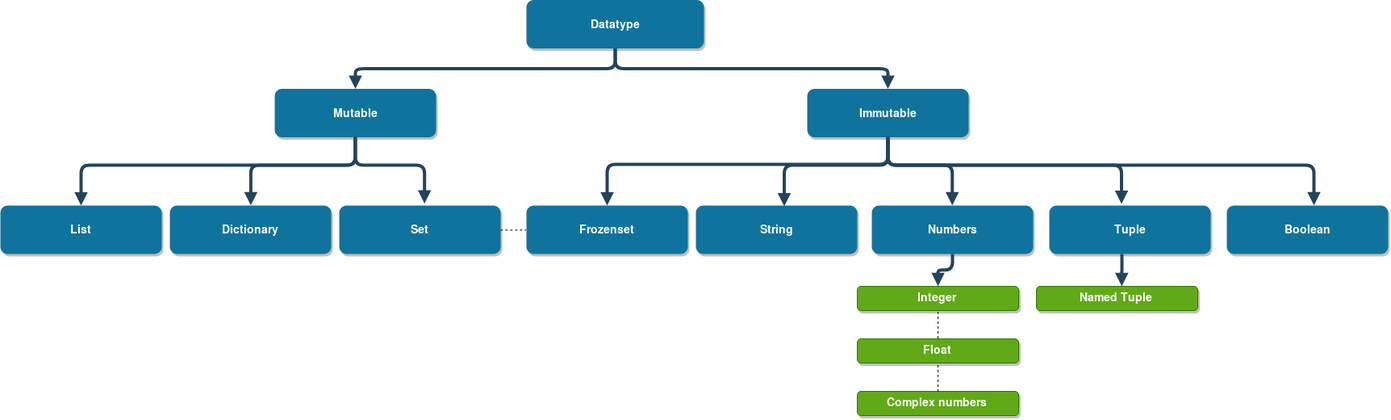
Before: lecture_02_data_structures_functions/materials/slides/images/datatypes.png, a diagram exported from draw.io (cdeler/epam_python_autumn_2020). Source tidied: cells renumbered, new cells last; positions are measured from the earlier drawing's top-left corner, leaving out a move shared by most shapes.
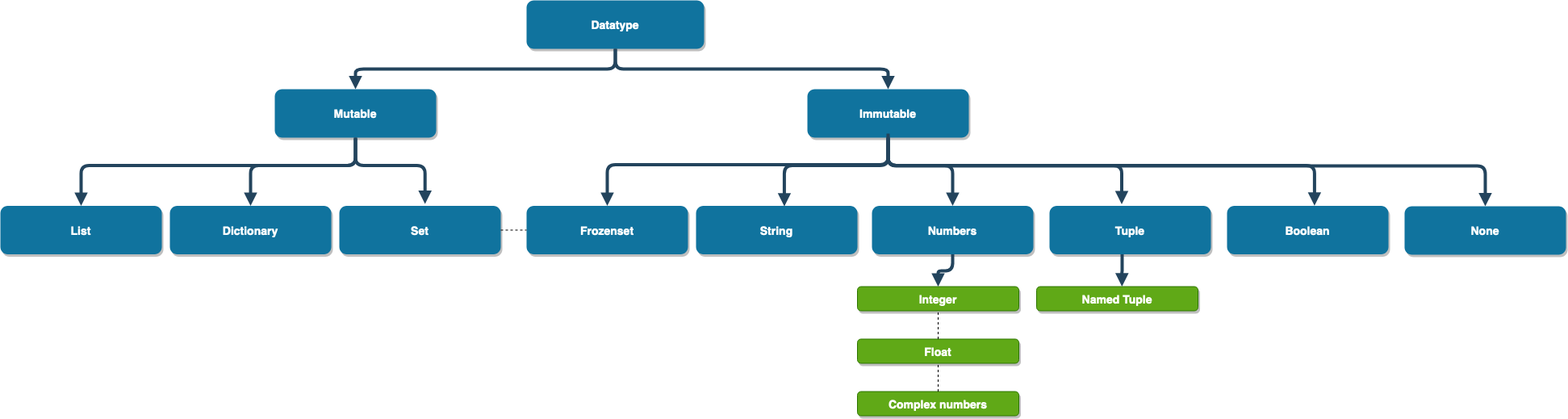
Later version of the same file.

The edit, as a diff of the source:
```diff
@@ -1,4 +1,4 @@
-<mxGraphModel background="#ffffff">
+<mxGraphModel>
   <root>
     <mxCell id="0" />
     <mxCell id="1" parent="0" />
@@ -36,32 +36,32 @@
       <mxGeometry x="1080" y="254" width="200" height="60" as="geometry" />
     </mxCell>
     <mxCell id="13" style="edgeStyle=elbowEdgeStyle;elbow=vertical;strokeWidth=4;endArrow=block;endFill=1;fontStyle=1;strokeColor=#23445D;" parent="1" edge="1" source="2" target="3">
-      <mxGeometry x="22" y="165.5" as="geometry" />
+      <mxGeometry x="332" y="60" as="geometry" />
     </mxCell>
     <mxCell id="14" style="edgeStyle=elbowEdgeStyle;elbow=vertical;strokeWidth=4;endArrow=block;endFill=1;fontStyle=1;strokeColor=#23445D;" parent="1" edge="1" source="2" target="4">
-      <mxGeometry x="22" y="165.5" as="geometry" />
+      <mxGeometry x="332" y="60" as="geometry" />
     </mxCell>
-    <mxCell id="15" style="edgeStyle=elbowEdgeStyle;elbow=vertical;strokeWidth=4;endArrow=block;endFill=1;fontStyle=1;strokeColor=#23445D;" parent="1" edge="1" target="5">
-      <mxGeometry x="22" y="165.5" as="geometry">
-        <mxPoint x="440" y="171" as="sourcePoint" />
-        <Array as="points">
-          <mxPoint x="390" y="204" />
-        </Array>
-      </mxGeometry>
-    </mxCell>
-    <mxCell id="16" style="edgeStyle=elbowEdgeStyle;elbow=vertical;strokeWidth=4;endArrow=block;endFill=1;fontStyle=1;strokeColor=#23445D;entryX=0.5;entryY=0;entryDx=0;entryDy=0;" parent="1" edge="1" target="12">
-      <mxGeometry x="22" y="165.5" as="geometry">
-        <mxPoint x="1100" y="171" as="sourcePoint" />
-        <Array as="points">
-          <mxPoint x="1080" y="204" />
-          <mxPoint x="1100" y="204" />
-          <mxPoint x="1120" y="224" />
-          <mxPoint x="962" y="209.5" />
-        </Array>
-      </mxGeometry>
-    </mxCell>
+    <mxCell id="32" style="edgeStyle=elbowEdgeStyle;elbow=vertical;strokeWidth=4;endArrow=block;endFill=1;fontStyle=1;strokeColor=#23445D;" parent="1" edge="1" target="5">
+      <mxGeometry x="332" y="60" as="geometry">
+        <mxPoint x="440" y="171" as="sourcePoint" />
+        <Array as="points">
+          <mxPoint x="390" y="204" />
+        </Array>
+      </mxGeometry>
+    </mxCell>
+    <mxCell id="33" style="edgeStyle=elbowEdgeStyle;elbow=vertical;strokeWidth=4;endArrow=block;endFill=1;fontStyle=1;strokeColor=#23445D;entryX=0.5;entryY=0;entryDx=0;entryDy=0;" parent="1" edge="1" target="12">
+      <mxGeometry x="332" y="60" as="geometry">
+        <mxPoint x="1100" y="171" as="sourcePoint" />
+        <Array as="points">
+          <mxPoint x="1080" y="204" />
+          <mxPoint x="1100" y="204" />
+          <mxPoint x="1120" y="224" />
+          <mxPoint x="962" y="209.5" />
+        </Array>
+      </mxGeometry>
+    </mxCell>
     <mxCell id="17" style="edgeStyle=elbowEdgeStyle;elbow=vertical;strokeWidth=4;endArrow=block;endFill=1;fontStyle=1;strokeColor=#23445D;entryX=0.5;entryY=0;entryDx=0;entryDy=0;" parent="1" edge="1" source="12" target="9">
-      <mxGeometry x="72" y="165.5" as="geometry" />
+      <mxGeometry x="382" y="60" as="geometry" />
     </mxCell>
     <mxCell id="18" value="Float" style="rounded=1;fillColor=#60a917;strokeColor=#2D7600;shadow=1;fontStyle=1;fontColor=#ffffff;fontSize=14;" parent="1" vertex="1">
       <mxGeometry x="1062" y="419" width="200" height="30" as="geometry" />
@@ -73,37 +73,37 @@
       <mxGeometry x="1284" y="354" width="200" height="30" as="geometry" />
     </mxCell>
     <mxCell id="21" style="edgeStyle=elbowEdgeStyle;elbow=vertical;strokeWidth=4;endArrow=block;endFill=1;fontStyle=1;strokeColor=#23445D;exitX=0.5;exitY=1;exitDx=0;exitDy=0;entryX=0.5;entryY=0;entryDx=0;entryDy=0;" parent="1" edge="1" source="3" target="6">
-      <mxGeometry x="182" y="150" as="geometry">
+      <mxGeometry x="492" y="44.5" as="geometry">
         <Array as="points">
           <mxPoint x="490" y="204" />
         </Array>
       </mxGeometry>
     </mxCell>
     <mxCell id="22" style="edgeStyle=elbowEdgeStyle;elbow=vertical;strokeWidth=4;endArrow=block;endFill=1;fontStyle=1;strokeColor=#23445D;entryX=0.531;entryY=-0.041;entryDx=0;entryDy=0;entryPerimeter=0;exitX=0.5;exitY=1;exitDx=0;exitDy=0;" parent="1" edge="1" source="3" target="8">
-      <mxGeometry x="192" y="160" as="geometry">
+      <mxGeometry x="502" y="54.5" as="geometry">
         <Array as="points">
           <mxPoint x="610" y="204" />
         </Array>
       </mxGeometry>
     </mxCell>
     <mxCell id="23" style="edgeStyle=elbowEdgeStyle;elbow=vertical;strokeWidth=4;endArrow=block;endFill=1;fontStyle=1;strokeColor=#23445D;entryX=0.547;entryY=0.011;entryDx=0;entryDy=0;entryPerimeter=0;" parent="1" edge="1" source="4" target="7">
-      <mxGeometry x="32" y="175.5" as="geometry">
+      <mxGeometry x="342" y="70" as="geometry">
         <Array as="points">
           <mxPoint x="972" y="204" />
         </Array>
       </mxGeometry>
     </mxCell>
-    <mxCell id="24" style="edgeStyle=elbowEdgeStyle;elbow=vertical;strokeWidth=4;endArrow=block;endFill=1;fontStyle=1;strokeColor=#23445D;" parent="1" edge="1">
-      <mxGeometry x="249.5" y="163.5" as="geometry">
-        <mxPoint x="1100" y="174" as="sourcePoint" />
-        <mxPoint x="1389.5" y="252" as="targetPoint" />
-        <Array as="points">
-          <mxPoint x="1240" y="204" />
-        </Array>
-      </mxGeometry>
-    </mxCell>
+    <mxCell id="34" style="edgeStyle=elbowEdgeStyle;elbow=vertical;strokeWidth=4;endArrow=block;endFill=1;fontStyle=1;strokeColor=#23445D;" parent="1" edge="1">
+      <mxGeometry x="559.5" y="58" as="geometry">
+        <mxPoint x="1100" y="174" as="sourcePoint" />
+        <mxPoint x="1389.5" y="252" as="targetPoint" />
+        <Array as="points">
+          <mxPoint x="1240" y="204" />
+        </Array>
+      </mxGeometry>
+    </mxCell>
     <mxCell id="25" style="edgeStyle=elbowEdgeStyle;elbow=vertical;strokeWidth=4;endArrow=block;endFill=1;fontStyle=1;strokeColor=#23445D;entryX=0.542;entryY=-0.003;entryDx=0;entryDy=0;entryPerimeter=0;exitX=0.5;exitY=1;exitDx=0;exitDy=0;" parent="1" edge="1" source="4" target="10">
-      <mxGeometry x="42" y="185.5" as="geometry">
+      <mxGeometry x="352" y="80" as="geometry">
         <Array as="points">
           <mxPoint x="1460" y="204" />
           <mxPoint x="1410" y="140" />
@@ -116,26 +116,26 @@
         </Array>
       </mxGeometry>
     </mxCell>
-    <mxCell id="26" style="edgeStyle=elbowEdgeStyle;elbow=vertical;strokeWidth=4;endArrow=block;endFill=1;fontStyle=1;strokeColor=#23445D;entryX=0.5;entryY=0;entryDx=0;entryDy=0;" parent="1" edge="1">
-      <mxGeometry x="300" y="165.5" as="geometry">
-        <mxPoint x="1390" y="314" as="sourcePoint" />
-        <mxPoint x="1389.8" y="353.8" as="targetPoint" />
-        <Array as="points">
-          <mxPoint x="1598" y="324" />
-        </Array>
-      </mxGeometry>
-    </mxCell>
+    <mxCell id="35" style="edgeStyle=elbowEdgeStyle;elbow=vertical;strokeWidth=4;endArrow=block;endFill=1;fontStyle=1;strokeColor=#23445D;entryX=0.5;entryY=0;entryDx=0;entryDy=0;" parent="1" edge="1">
+      <mxGeometry x="610" y="60" as="geometry">
+        <mxPoint x="1390" y="314" as="sourcePoint" />
+        <mxPoint x="1389.8" y="353.8" as="targetPoint" />
+        <Array as="points">
+          <mxPoint x="1598" y="324" />
+        </Array>
+      </mxGeometry>
+    </mxCell>
     <mxCell id="27" value="Frozenset" style="rounded=1;fillColor=#10739E;strokeColor=none;shadow=1;gradientColor=none;fontStyle=1;fontColor=#FFFFFF;fontSize=14;" parent="1" vertex="1">
       <mxGeometry x="652" y="254" width="200" height="60" as="geometry" />
     </mxCell>
-    <mxCell id="28" style="edgeStyle=elbowEdgeStyle;elbow=vertical;strokeWidth=4;endArrow=block;endFill=1;fontStyle=1;strokeColor=#23445D;" parent="1" edge="1" target="27">
-      <mxGeometry x="32" y="174.5" as="geometry">
-        <mxPoint x="1100" y="168.5" as="sourcePoint" />
-        <Array as="points">
-          <mxPoint x="972" y="203" />
-        </Array>
-      </mxGeometry>
-    </mxCell>
+    <mxCell id="36" style="edgeStyle=elbowEdgeStyle;elbow=vertical;strokeWidth=4;endArrow=block;endFill=1;fontStyle=1;strokeColor=#23445D;" parent="1" edge="1" target="27">
+      <mxGeometry x="342" y="69" as="geometry">
+        <mxPoint x="1100" y="168.5" as="sourcePoint" />
+        <Array as="points">
+          <mxPoint x="972" y="203" />
+        </Array>
+      </mxGeometry>
+    </mxCell>
     <mxCell id="29" style="endArrow=none;dashed=1;html=1;exitX=1;exitY=0.5;exitDx=0;exitDy=0;entryX=0;entryY=0.5;entryDx=0;entryDy=0;" parent="1" edge="1" source="8" target="27">
       <mxGeometry relative="1" as="geometry" />
     </mxCell>
@@ -145,5 +145,28 @@
     <mxCell id="31" style="endArrow=none;dashed=1;html=1;exitX=0.5;exitY=0;exitDx=0;exitDy=0;entryX=0.5;entryY=1;entryDx=0;entryDy=0;" parent="1" edge="1" source="19" target="18">
       <mxGeometry relative="1" as="geometry" />
     </mxCell>
+    <mxCell id="37" style="edgeStyle=elbowEdgeStyle;elbow=vertical;strokeWidth=4;endArrow=block;endFill=1;fontStyle=1;strokeColor=#23445D;entryX=0.5;entryY=0;entryDx=0;entryDy=0;" parent="1" edge="1" target="38">
+      <mxGeometry x="443.6" y="35" as="geometry">
+        <mxPoint x="1100" y="164.5" as="sourcePoint" />
+        <Array as="points">
+          <mxPoint x="1610" y="204.5" />
+          <mxPoint x="1500" y="194.5" />
+          <mxPoint x="1670" y="194.5" />
+          <mxPoint x="1700" y="204.5" />
+          <mxPoint x="1650" y="194.5" />
+          <mxPoint x="1510" y="159.5" />
+          <mxPoint x="1501.6" y="95" />
+          <mxPoint x="1201.6" y="149" />
+          <mxPoint x="1771.6" y="159" />
+          <mxPoint x="1551.6" y="129" />
+          <mxPoint x="1711.6" y="199" />
+          <mxPoint x="1711.6" y="185" />
+          <mxPoint x="1073.6" y="184.5" />
+        </Array>
+      </mxGeometry>
+    </mxCell>
+    <mxCell id="38" value="None" style="rounded=1;fillColor=#10739E;strokeColor=none;shadow=1;gradientColor=none;fontStyle=1;fontColor=#FFFFFF;fontSize=14;" parent="1" vertex="1">
+      <mxGeometry x="1740" y="254.5" width="200" height="60" as="geometry" />
+    </mxCell>
   </root>
 </mxGraphModel>
```
